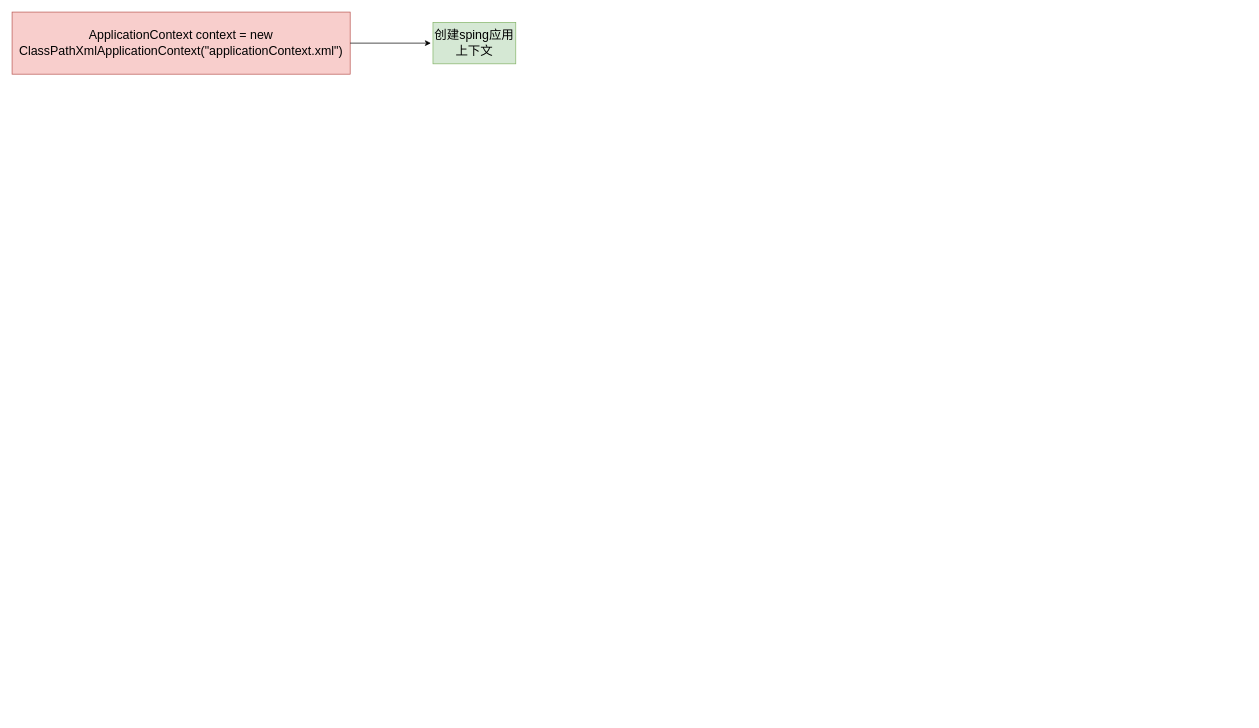
Above: spring全体系图解.drawio in huangkemingyyds/drawing (draw.io), before the change. Source tidied: cells renumbered, new cells numbered last; positions are measured from the earlier drawing's top-left corner, leaving out a move shared by most shapes. Both pictures are drawn from the tidied source at 69%, with x=0, y=0 at pixel (12, 12).
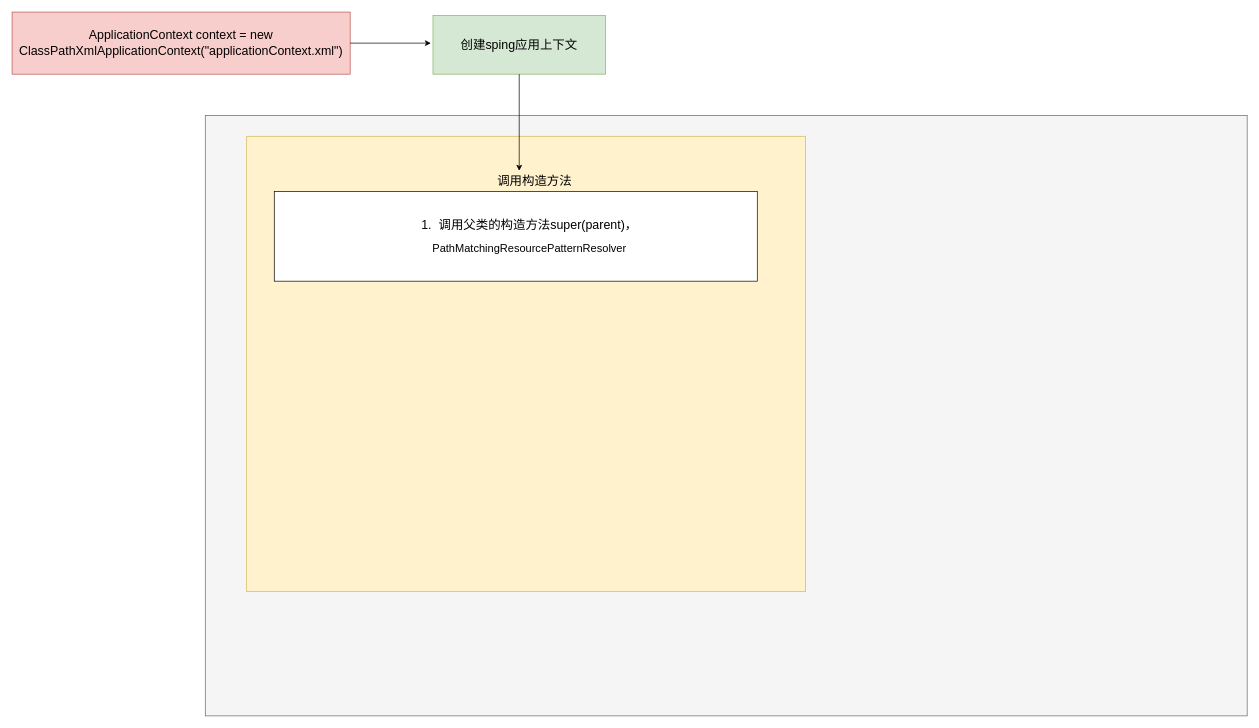
Above is the later version.

Commit message (it also covers changes not shown here):
更新spring全体系图解.drawio

Diff of the diagram source:
```diff
@@
 <mxGraphModel>
   <root>
     <mxCell id="0" />
     <mxCell id="1" parent="0" />
     <mxCell id="2" value="&lt;font style=&quot;font-size: 18px;&quot;&gt;ApplicationContext context = new ClassPathXmlApplicationContext(&quot;applicationContext.xml&quot;)&lt;/font&gt;" style="rounded=0;whiteSpace=wrap;html=1;align=center;fillColor=#f8cecc;strokeColor=#b85450;" parent="1" vertex="1">
       <mxGeometry width="490" height="90" as="geometry" />
     </mxCell>
     <mxCell id="3" style="endArrow=classic;html=1;rounded=0;entryX=-0.019;entryY=0.162;entryDx=0;entryDy=0;entryPerimeter=0;" parent="1" edge="1" source="2">
       <mxGeometry relative="1" as="geometry">
         <mxPoint x="607" y="45" as="targetPoint" />
       </mxGeometry>
     </mxCell>
     <mxCell id="4" value="&lt;font style=&quot;font-size: 18px;&quot;&gt;创建sping应用上下文&lt;/font&gt;" style="rounded=0;whiteSpace=wrap;html=1;fillColor=#d5e8d4;strokeColor=#82b366;" parent="1" vertex="1">
-      <mxGeometry x="610" y="15" width="120" height="60" as="geometry" />
+      <mxGeometry x="610" y="5" width="250" height="85" as="geometry" />
     </mxCell>
+    <mxCell id="5" style="rounded=0;whiteSpace=wrap;html=1;fillColor=#f5f5f5;fontColor=#333333;strokeColor=#666666;" parent="1" vertex="1">
+      <mxGeometry x="280" y="150" width="1510" height="870" as="geometry" />
+    </mxCell>
+    <mxCell id="6" style="rounded=0;whiteSpace=wrap;html=1;fillColor=#fff2cc;strokeColor=#d6b656;" parent="1" vertex="1">
+      <mxGeometry x="340" y="180" width="810" height="660" as="geometry" />
+    </mxCell>
+    <mxCell id="7" value="&lt;font style=&quot;font-size: 18px;&quot;&gt;调用构造方法&lt;/font&gt;" style="text;html=1;strokeColor=none;fillColor=none;align=center;verticalAlign=middle;whiteSpace=wrap;rounded=0;" parent="1" vertex="1">
+      <mxGeometry x="680" y="230" width="155" height="30" as="geometry" />
+    </mxCell>
+    <mxCell id="8" style="edgeStyle=orthogonalEdgeStyle;rounded=0;jettySize=auto;html=1;" parent="1" edge="1" source="4" target="7">
+      <mxGeometry relative="1" as="geometry">
+        <Array as="points">
+          <mxPoint x="735" y="200" />
+          <mxPoint x="735" y="200" />
+        </Array>
+      </mxGeometry>
+    </mxCell>
+    <mxCell id="9" value="&lt;blockquote style=&quot;margin: 0 0 0 40px; border: none; padding: 0px;&quot;&gt;&lt;div style=&quot;&quot;&gt;&lt;pre style=&quot;&quot;&gt;&lt;font face=&quot;Helvetica&quot; style=&quot;font-size: 18px;&quot;&gt;1.  调用父类的构造方法super(parent)，&lt;br&gt;&lt;/font&gt;&lt;/pre&gt;&lt;/div&gt;&lt;div style=&quot;&quot;&gt;&lt;pre style=&quot;&quot;&gt;&lt;font face=&quot;Helvetica&quot; size=&quot;3&quot;&gt;PathMatchingResourcePatternResolver&lt;/font&gt;&lt;/pre&gt;&lt;/div&gt;&lt;/blockquote&gt;" style="rounded=0;whiteSpace=wrap;html=1;" parent="1" vertex="1">
+      <mxGeometry x="380" y="260" width="700" height="130" as="geometry" />
+    </mxCell>
   </root>
 </mxGraphModel>
```
